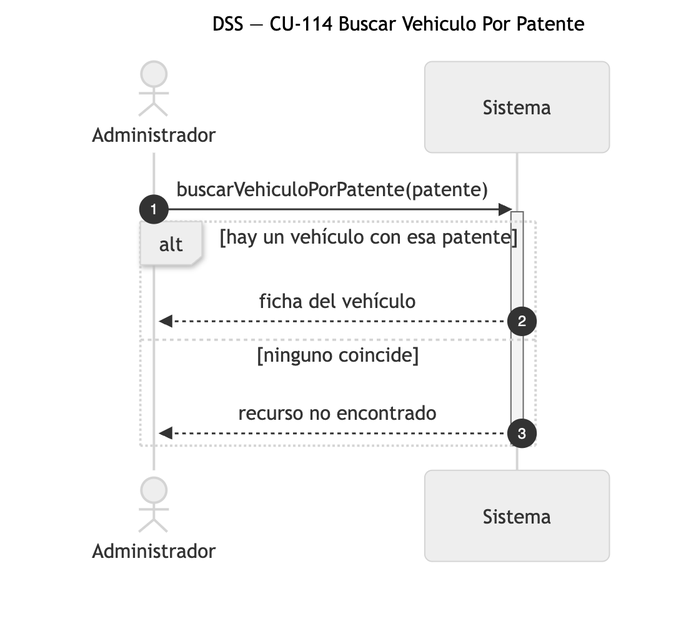
Before: diagramas/png/DSS_CU-114_Buscar-Vehiculo-Por-Patente.png, a diagram exported from Mermaid (Nahuelito-Dev/splg-docs). Its source is kept beside it as diagramas/DSS_CU-114_Buscar-Vehiculo-Por-Patente.mmd.
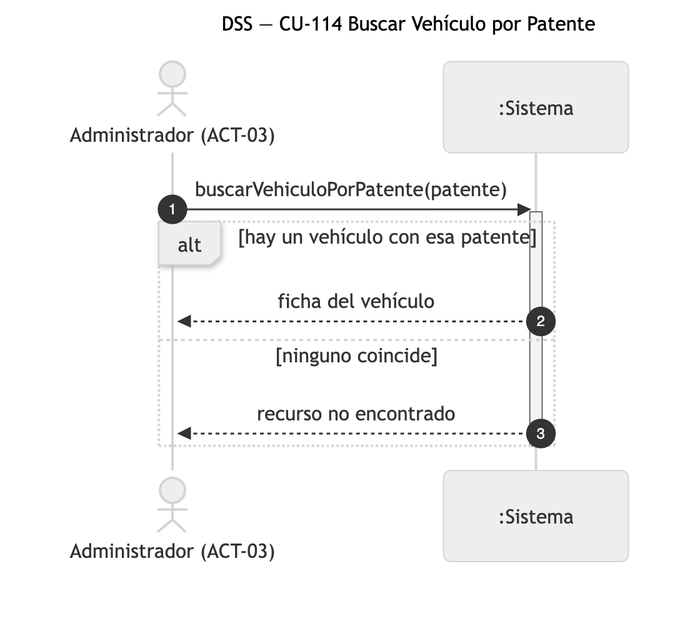
The same file after the commit.

What changed in the source:
```diff
@@ -1,8 +1,8 @@
 sequenceDiagram
-    title DSS — CU-114 Buscar Vehiculo Por Patente
+    title DSS — CU-114 Buscar Vehículo por Patente
     autonumber
-    actor ADM as Administrador
-    participant SIS as Sistema
+    actor ADM as Administrador (ACT-03)
+    participant SIS as :Sistema
 
     ADM->>SIS: buscarVehiculoPorPatente(patente)
     activate SIS
```
